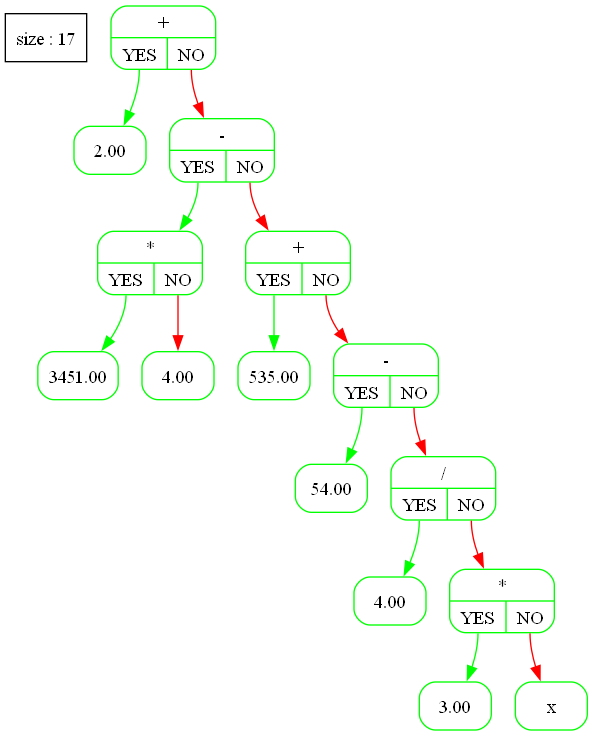
The Graphviz diagram files/Tree_graph.png in A-Elbereth-Gilthoniel/Differentiator, before a commit. Its source is kept beside it as files/Tree_graph.dot. Its diagram source:
```dot
digraph G {
  tree [shape=box ; stryle=rounded ; label="size : 17"];
  edge [color=black];
  node [shape=record ; style=rounded ; color=green];
14353584 [label="{+|{<YES> YES|<NO> NO}}"];
14358232 [label="{2.00}"];
14353744 [label="{-|{<YES> YES|<NO> NO}}"];
14353664 [label="{*|{<YES> YES|<NO> NO}}"];
14353624 [label="{3451.00}"];
14353704 [label="{4.00}"];
14364152 [label="{+|{<YES> YES|<NO> NO}}"];
14353784 [label="{535.00}"];
14364272 [label="{-|{<YES> YES|<NO> NO}}"];
14364232 [label="{54.00}"];
14364400 [label="{/|{<YES> YES|<NO> NO}}"];
14358184 [label="{4.00}"];
14364480 [label="{*|{<YES> YES|<NO> NO}}"];
14364440 [label="{3.00}"];
14363216 [label="{x}"];
14353584:<YES> -> 14358232 [color=green];
14353584:<NO> -> 14353744 [color=red];
14353744:<YES> -> 14353664 [color=green];
14353664:<YES> -> 14353624 [color=green];
14353664:<NO> -> 14353704 [color=red];
14353744:<NO> -> 14364152 [color=red];
14364152:<YES> -> 14353784 [color=green];
14364152:<NO> -> 14364272 [color=red];
14364272:<YES> -> 14364232 [color=green];
14364272:<NO> -> 14364400 [color=red];
14364400:<YES> -> 14358184 [color=green];
14364400:<NO> -> 14364480 [color=red];
14364480:<YES> -> 14364440 [color=green];
14364480:<NO> -> 14363216 [color=red];
}
```
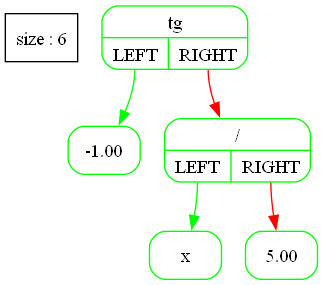
The same diagram one commit later.

What changed in the source:
```diff
@@ -1,34 +1,14 @@
 digraph G {
-  tree [shape=box ; stryle=rounded ; label="size : 17"];
+  tree [shape=box ; stryle=rounded ; label="size : 6"];
   edge [color=black];
   node [shape=record ; style=rounded ; color=green];
-14353584 [label="{+|{<YES> YES|<NO> NO}}"];
-14358232 [label="{2.00}"];
-14353744 [label="{-|{<YES> YES|<NO> NO}}"];
-14353664 [label="{*|{<YES> YES|<NO> NO}}"];
-14353624 [label="{3451.00}"];
-14353704 [label="{4.00}"];
-14364152 [label="{+|{<YES> YES|<NO> NO}}"];
-14353784 [label="{535.00}"];
-14364272 [label="{-|{<YES> YES|<NO> NO}}"];
-14364232 [label="{54.00}"];
-14364400 [label="{/|{<YES> YES|<NO> NO}}"];
-14358184 [label="{4.00}"];
-14364480 [label="{*|{<YES> YES|<NO> NO}}"];
-14364440 [label="{3.00}"];
-14363216 [label="{x}"];
-14353584:<YES> -> 14358232 [color=green];
-14353584:<NO> -> 14353744 [color=red];
-14353744:<YES> -> 14353664 [color=green];
-14353664:<YES> -> 14353624 [color=green];
-14353664:<NO> -> 14353704 [color=red];
-14353744:<NO> -> 14364152 [color=red];
-14364152:<YES> -> 14353784 [color=green];
-14364152:<NO> -> 14364272 [color=red];
-14364272:<YES> -> 14364232 [color=green];
-14364272:<NO> -> 14364400 [color=red];
-14364400:<YES> -> 14358184 [color=green];
-14364400:<NO> -> 14364480 [color=red];
-14364480:<YES> -> 14364440 [color=green];
-14364480:<NO> -> 14363216 [color=red];
+14887184 [label="{tg|{<YES>LEFT|<NO>RIGHT}}"];
+14877960 [label="{-1.00}"];
+14882472 [label="{/|{<YES>LEFT|<NO>RIGHT}}"];
+14882432 [label="{x}"];
+14882512 [label="{5.00}"];
+14887184:<YES> -> 14877960 [color=green];
+14887184:<NO> -> 14882472 [color=red];
+14882472:<YES> -> 14882432 [color=green];
+14882472:<NO> -> 14882512 [color=red];
 }
```
